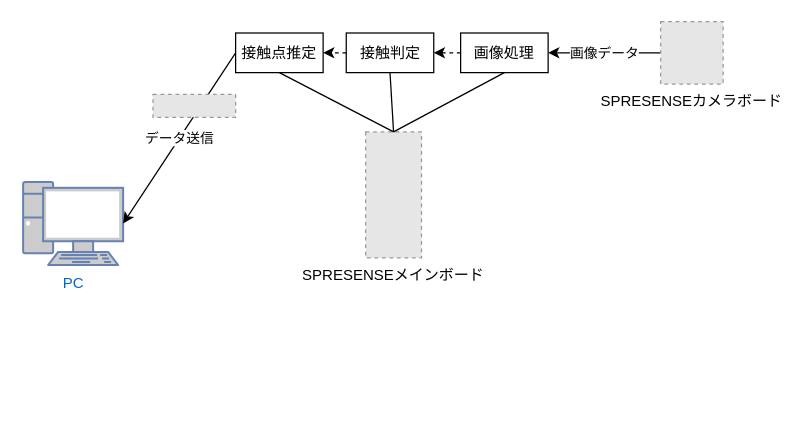
The draw.io diagram 名称未設定ファイル.drawio in ryosuzaki/Sensing-Solution-2020, before the edit. Source tidied: cells renumbered, new cells numbered last; positions are measured from the earlier drawing's top-left corner, leaving out a move shared by most shapes. Both pictures are drawn from the tidied source at 125%, with x=0, y=0 at pixel (22, 21). Pictures stored in the file or linked from it are replaced by grey dashed boxes.
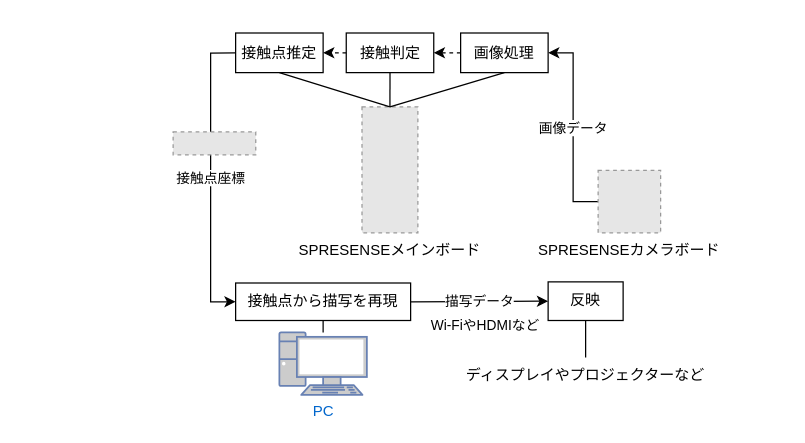
After the change.

Commit message:
名称未設定ファイル.drawio を更新します

Unchanged cells that the change refers to:
```xml
<mxCell id="7" value="接触点推定" style="rounded=0;whiteSpace=wrap;html=1;" parent="1" vertex="1">
  <mxGeometry x="170" y="8.9" width="70" height="31.7" as="geometry" />
</mxCell>
```

The edit, as a diff of the source:
```diff
@@
-    <mxCell id="2" value="PC" style="fontColor=#0066CC;verticalAlign=top;verticalLabelPosition=bottom;labelPosition=center;align=center;html=1;outlineConnect=0;fillColor=#CCCCCC;strokeColor=#6881B3;gradientColor=none;gradientDirection=north;strokeWidth=2;shape=mxgraph.networks.pc;" parent="1" vertex="1">
-      <mxGeometry y="128" width="80" height="66.5" as="geometry" />
-    </mxCell>
     <mxCell id="3" value="SPRESENSEメインボード" style="fillColor=#E6E6E6;strokeColor=#999999;dashed=1;verticalLabelPosition=bottom;labelBackgroundColor=default;verticalAlign=top;" parent="1" vertex="1">
-      <mxGeometry x="274" y="88" width="44.7" height="100.7" as="geometry" />
+      <mxGeometry x="271.1" y="68" width="44.7" height="100.7" as="geometry" />
     </mxCell>
@@
     <mxCell id="5" value="SPRESENSEカメラボード" style="fillColor=#E6E6E6;strokeColor=#999999;dashed=1;verticalLabelPosition=bottom;labelBackgroundColor=default;verticalAlign=top;" parent="1" vertex="1">
-      <mxGeometry x="510" y="-0.3" width="50" height="50" as="geometry" />
+      <mxGeometry x="460" y="118.7" width="50" height="50" as="geometry" />
     </mxCell>
@@
-    <mxCell id="14" value="データ送信" style="endArrow=classic;html=1;rounded=0;exitX=0;exitY=0.5;exitDx=0;exitDy=0;entryX=1;entryY=0.5;entryDx=0;entryDy=0;entryPerimeter=0;" parent="1" edge="1" source="7" target="2">
-      <mxGeometry relative="1" as="geometry" />
+    <mxCell id="14" value="接触点座標" style="endArrow=classic;html=1;rounded=0;exitX=0;exitY=0.5;exitDx=0;exitDy=0;entryX=0;entryY=0.5;entryDx=0;entryDy=0;" parent="1" edge="1" source="7" target="16">
+      <mxGeometry relative="1" as="geometry">
+        <Array as="points">
+          <mxPoint x="150" y="25" />
+          <mxPoint x="150" y="118" />
+          <mxPoint x="150" y="224" />
+        </Array>
+      </mxGeometry>
     </mxCell>
     <mxCell id="15" style="fillColor=#E6E6E6;strokeColor=#999999;dashed=1;verticalLabelPosition=bottom;labelBackgroundColor=default;verticalAlign=top;" parent="1" vertex="1">
-      <mxGeometry x="103.9" y="58" width="66.1" height="18.3" as="geometry" />
+      <mxGeometry x="120" y="88" width="66.1" height="18.3" as="geometry" />
     </mxCell>
+    <mxCell id="16" value="接触点から描写を再現" style="rounded=0;whiteSpace=wrap;html=1;" parent="1" vertex="1">
+      <mxGeometry x="170" y="208.9" width="140" height="30" as="geometry" />
+    </mxCell>
+    <mxCell id="2" value="PC" style="fontColor=#0066CC;verticalAlign=top;verticalLabelPosition=bottom;labelPosition=center;align=center;html=1;outlineConnect=0;fillColor=#CCCCCC;strokeColor=#6881B3;gradientColor=none;gradientDirection=north;strokeWidth=2;shape=mxgraph.networks.pc;" parent="1" vertex="1">
+      <mxGeometry x="205" y="248.4" width="70" height="50" as="geometry" />
+    </mxCell>
+    <mxCell id="17" style="endArrow=none;html=1;rounded=0;entryX=0.5;entryY=1;entryDx=0;entryDy=0;" parent="1" edge="1" source="2" target="16">
+      <mxGeometry relative="1" as="geometry" />
+    </mxCell>
+    <mxCell id="18" value="反映" style="rounded=0;whiteSpace=wrap;html=1;" parent="1" vertex="1">
+      <mxGeometry x="420" y="208" width="60" height="30.9" as="geometry" />
+    </mxCell>
+    <mxCell id="19" value="描写データ" style="endArrow=classic;html=1;rounded=0;exitX=1;exitY=0.5;exitDx=0;exitDy=0;entryX=0;entryY=0.5;entryDx=0;entryDy=0;" parent="1" edge="1" source="16" target="18">
+      <mxGeometry relative="1" as="geometry" />
+    </mxCell>
+    <mxCell id="20" style="endArrow=none;html=1;rounded=0;entryX=0.5;entryY=1;entryDx=0;entryDy=0;exitX=0.5;exitY=0;exitDx=0;exitDy=0;" parent="1" edge="1" source="21" target="18">
+      <mxGeometry relative="1" as="geometry" />
+    </mxCell>
+    <mxCell id="21" value="ディスプレイやプロジェクターなど" style="text;html=1;strokeColor=none;fillColor=none;align=center;verticalAlign=middle;whiteSpace=wrap;rounded=0;" parent="1" vertex="1">
+      <mxGeometry x="345" y="268.4" width="210" height="30" as="geometry" />
+    </mxCell>
+    <mxCell id="22" value="&lt;span style=&quot;font-size: 11px;&quot;&gt;Wi-Fiや&lt;/span&gt;&lt;span style=&quot;font-size: 11px;&quot;&gt;HDMIなど&lt;/span&gt;" style="text;html=1;strokeColor=none;fillColor=none;align=center;verticalAlign=middle;whiteSpace=wrap;rounded=0;labelBackgroundColor=none;" parent="1" vertex="1">
+      <mxGeometry x="320" y="228" width="100" height="30" as="geometry" />
+    </mxCell>
```
